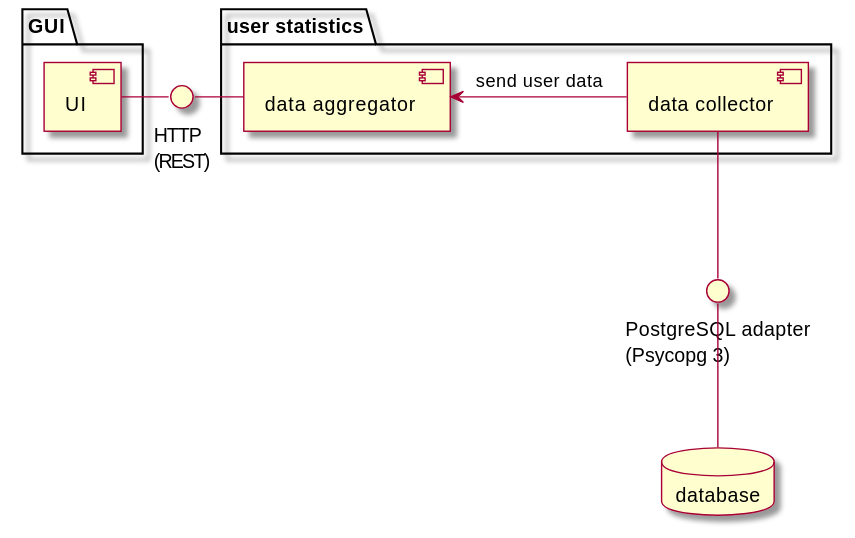
The PlantUML diagram lectures/figures/user_statistics/component_interface.svg in pintergreg/software-engineering, before a commit. Source of this version:
```plantuml
@startuml
skin rose
package GUI {
  [UI]
}
package "user statistics" {
  [data collector]
[data aggregator]
}

database "database" {

}

interface "PostgreSQL adapter\n(Psycopg 3)" as da
interface "HTTP\n(REST)" as rest

[data collector] -down- da
da -down- [database]

[UI] -right- rest
rest --right-- [data aggregator]

[data aggregator] <- [data collector]: send user data
@enduml
```
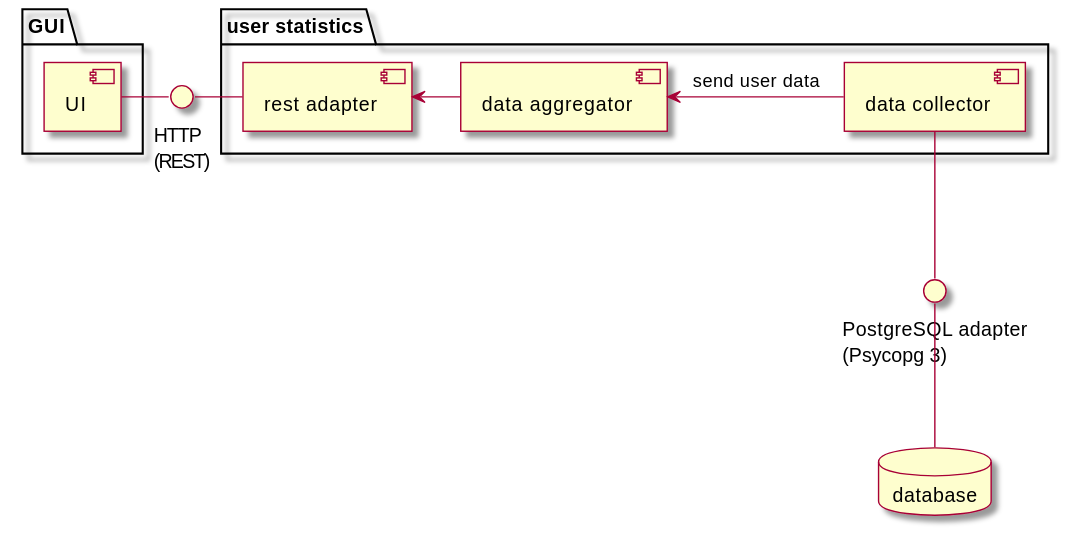
The same file after the commit.

Commit message:
Add rest adapter #21

Diff of the diagram source:
```diff
@@ -5,7 +5,8 @@
 }
 package "user statistics" {
   [data collector]
-[data aggregator]
+  [data aggregator]
+  [rest adapter]
 }
 
 database "database" {
@@ -19,7 +20,8 @@
 da -down- [database]
 
 [UI] -right- rest
-rest --right-- [data aggregator]
+rest --right-- [rest adapter]
 
+[rest adapter] <- [data aggregator]
 [data aggregator] <- [data collector]: send user data
 @enduml
```
